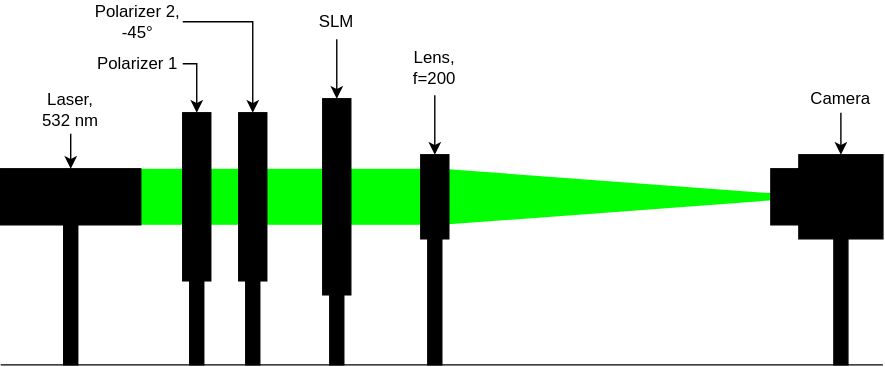
nbaehler/mask-designer keeps this draw.io diagram as documentation/images/setup_4.svg. Above is the earlier version. Source tidied: cells renumbered, new cells last; positions are measured from the earlier drawing's top-left corner, leaving out a move shared by most shapes.
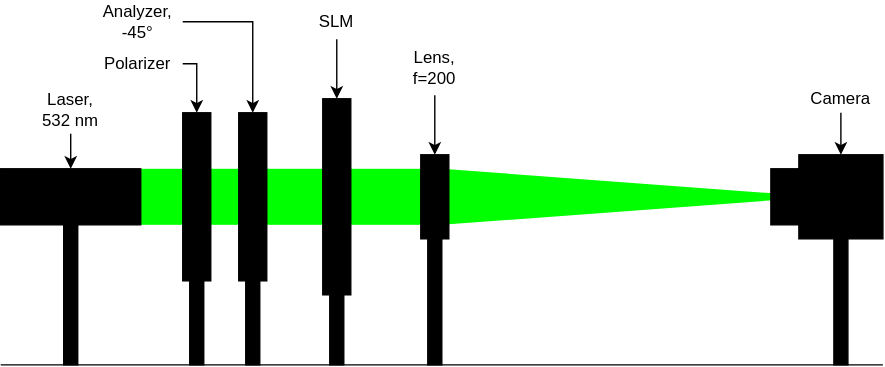
After the change.

Diff of the diagram source:
```diff
@@ -71,13 +71,13 @@
     <mxCell id="23" style="edgeStyle=orthogonalEdgeStyle;rounded=0;jettySize=auto;html=1;exitX=1;exitY=0.5;exitDx=0;exitDy=0;entryX=0.5;entryY=0;entryDx=0;entryDy=0;" parent="1" edge="1" source="24" target="27">
       <mxGeometry relative="1" as="geometry" />
     </mxCell>
-    <mxCell id="24" value="Polarizer 1" style="text;html=1;strokeColor=none;fillColor=none;align=center;verticalAlign=middle;whiteSpace=wrap;rounded=0;" parent="1" vertex="1">
+    <mxCell id="24" value="Polarizer" style="text;html=1;strokeColor=none;fillColor=none;align=center;verticalAlign=middle;whiteSpace=wrap;rounded=0;" parent="1" vertex="1">
       <mxGeometry x="66" y="30" width="64" height="30" as="geometry" />
     </mxCell>
     <mxCell id="25" style="edgeStyle=orthogonalEdgeStyle;rounded=0;jettySize=auto;html=1;exitX=1;exitY=0.5;exitDx=0;exitDy=0;entryX=0.5;entryY=0;entryDx=0;entryDy=0;" parent="1" edge="1" source="26" target="28">
       <mxGeometry relative="1" as="geometry" />
     </mxCell>
-    <mxCell id="26" value="Polarizer 2,&lt;br&gt;-45°" style="text;html=1;strokeColor=none;fillColor=none;align=center;verticalAlign=middle;whiteSpace=wrap;rounded=0;" parent="1" vertex="1">
+    <mxCell id="26" value="Analyzer,&lt;br&gt;-45°" style="text;html=1;strokeColor=none;fillColor=none;align=center;verticalAlign=middle;whiteSpace=wrap;rounded=0;" parent="1" vertex="1">
       <mxGeometry x="66" width="64" height="30" as="geometry" />
     </mxCell>
     <mxCell id="27" style="rounded=0;whiteSpace=wrap;html=1;fillColor=#000000;" parent="1" vertex="1">
```
